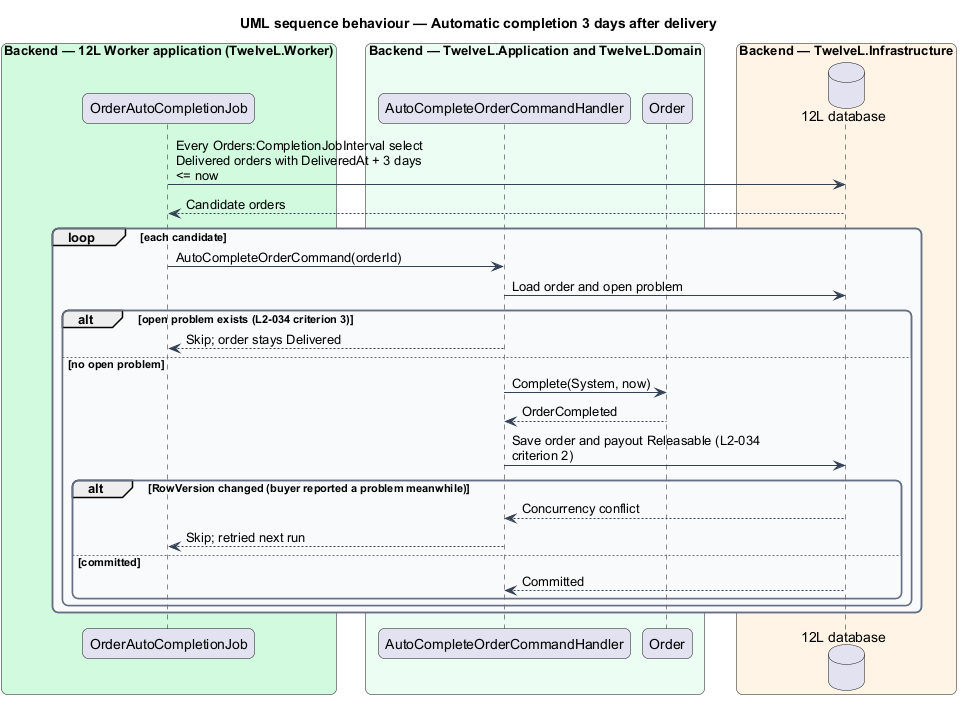
Earlier version of the PlantUML export docs/detailed-designs/orders/complete-order/diagrams/sequence-auto-complete.png (QuinntyneBrown/12l). Source of this version:
```plantuml
@startuml
title UML sequence behaviour — Automatic completion 3 days after delivery
skinparam backgroundColor #FFFFFF
skinparam shadowing false
skinparam roundcorner 12
skinparam defaultFontName Arial
skinparam ArrowColor #344054
skinparam rectangle {
  BorderColor #344054
  FontColor #101828
}
skinparam package {
  BorderColor #667085
  FontColor #101828
  BackgroundColor #F9FAFB
}
skinparam sequenceMessageAlign left
skinparam maxMessageSize 260
box "Backend — 12L Worker application (TwelveL.Worker)" #D1FADF
  participant "OrderAutoCompletionJob" as job
end box
box "Backend — TwelveL.Application and TwelveL.Domain" #ECFDF3
  participant "AutoCompleteOrderCommandHandler" as h
  participant "Order" as order
end box
box "Backend — TwelveL.Infrastructure" #FFF4E5
  database "12L database" as db
end box
job -> db : Every Orders:CompletionJobInterval select Delivered orders with DeliveredAt + 3 days <= now
db --> job : Candidate orders
loop each candidate
  job -> h : AutoCompleteOrderCommand(orderId)
  h -> db : Load order and open problem
  alt open problem exists (L2-034 criterion 3)
    h --> job : Skip; order stays Delivered
  else no open problem
    h -> order : Complete(System, now)
    order --> h : OrderCompleted
    h -> db : Save order and payout Releasable (L2-034 criterion 2)
    alt RowVersion changed (buyer reported a problem meanwhile)
      db --> h : Concurrency conflict
      h --> job : Skip; retried next run
    else committed
      db --> h : Committed
    end
  end
end
@enduml
```
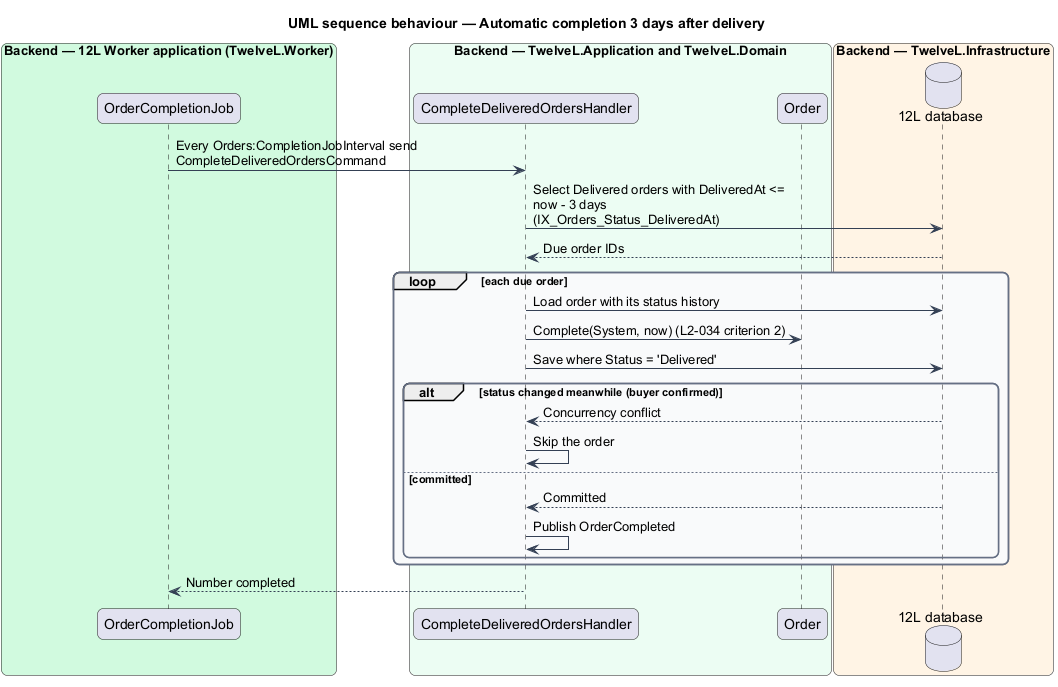
Later version of the same file.

Diff of the diagram source:
```diff
@@ -17,32 +17,29 @@
 skinparam sequenceMessageAlign left
 skinparam maxMessageSize 260
 box "Backend — 12L Worker application (TwelveL.Worker)" #D1FADF
-  participant "OrderAutoCompletionJob" as job
+  participant "OrderCompletionJob" as job
 end box
 box "Backend — TwelveL.Application and TwelveL.Domain" #ECFDF3
-  participant "AutoCompleteOrderCommandHandler" as h
+  participant "CompleteDeliveredOrdersHandler" as h
   participant "Order" as order
 end box
 box "Backend — TwelveL.Infrastructure" #FFF4E5
   database "12L database" as db
 end box
-job -> db : Every Orders:CompletionJobInterval select Delivered orders with DeliveredAt + 3 days <= now
-db --> job : Candidate orders
-loop each candidate
-  job -> h : AutoCompleteOrderCommand(orderId)
-  h -> db : Load order and open problem
-  alt open problem exists (L2-034 criterion 3)
-    h --> job : Skip; order stays Delivered
-  else no open problem
-    h -> order : Complete(System, now)
-    order --> h : OrderCompleted
-    h -> db : Save order and payout Releasable (L2-034 criterion 2)
-    alt RowVersion changed (buyer reported a problem meanwhile)
-      db --> h : Concurrency conflict
-      h --> job : Skip; retried next run
-    else committed
-      db --> h : Committed
-    end
+job -> h : Every Orders:CompletionJobInterval send CompleteDeliveredOrdersCommand
+h -> db : Select Delivered orders with DeliveredAt <= now - 3 days (IX_Orders_Status_DeliveredAt)
+db --> h : Due order IDs
+loop each due order
+  h -> db : Load order with its status history
+  h -> order : Complete(System, now) (L2-034 criterion 2)
+  h -> db : Save where Status = 'Delivered'
+  alt status changed meanwhile (buyer confirmed)
+    db --> h : Concurrency conflict
+    h -> h : Skip the order
+  else committed
+    db --> h : Committed
+    h -> h : Publish OrderCompleted
   end
 end
+h --> job : Number completed
 @enduml
```
